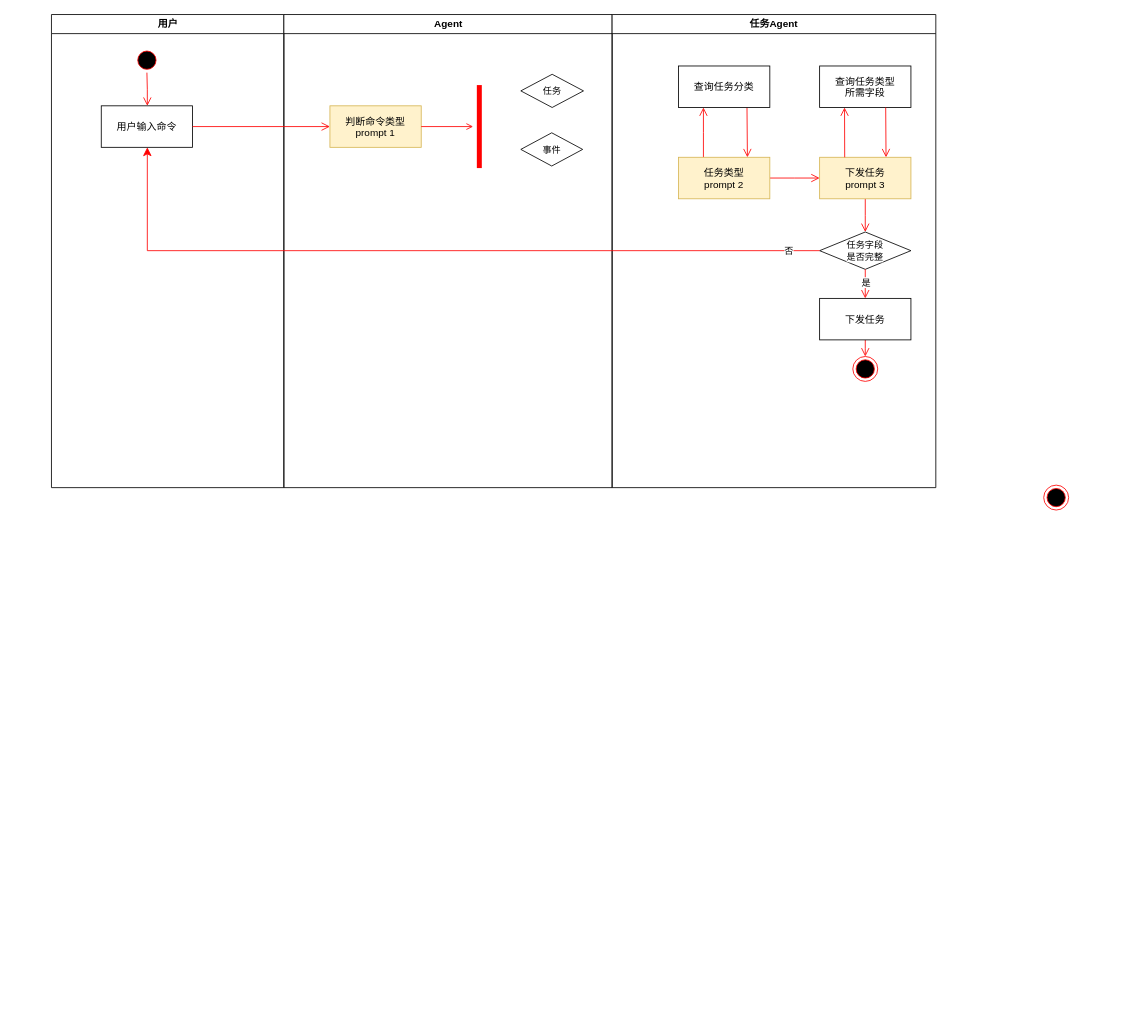
timeng27/draw_io keeps this draw.io diagram as drawfiles/未命名绘图.drawio. Above is the earlier version. Source tidied: cells renumbered, new cells numbered last; positions are measured from the earlier drawing's top-left corner, leaving out a move shared by most shapes. Both pictures are drawn from the tidied source at 83%, with x=0, y=0 at pixel (51, 14).
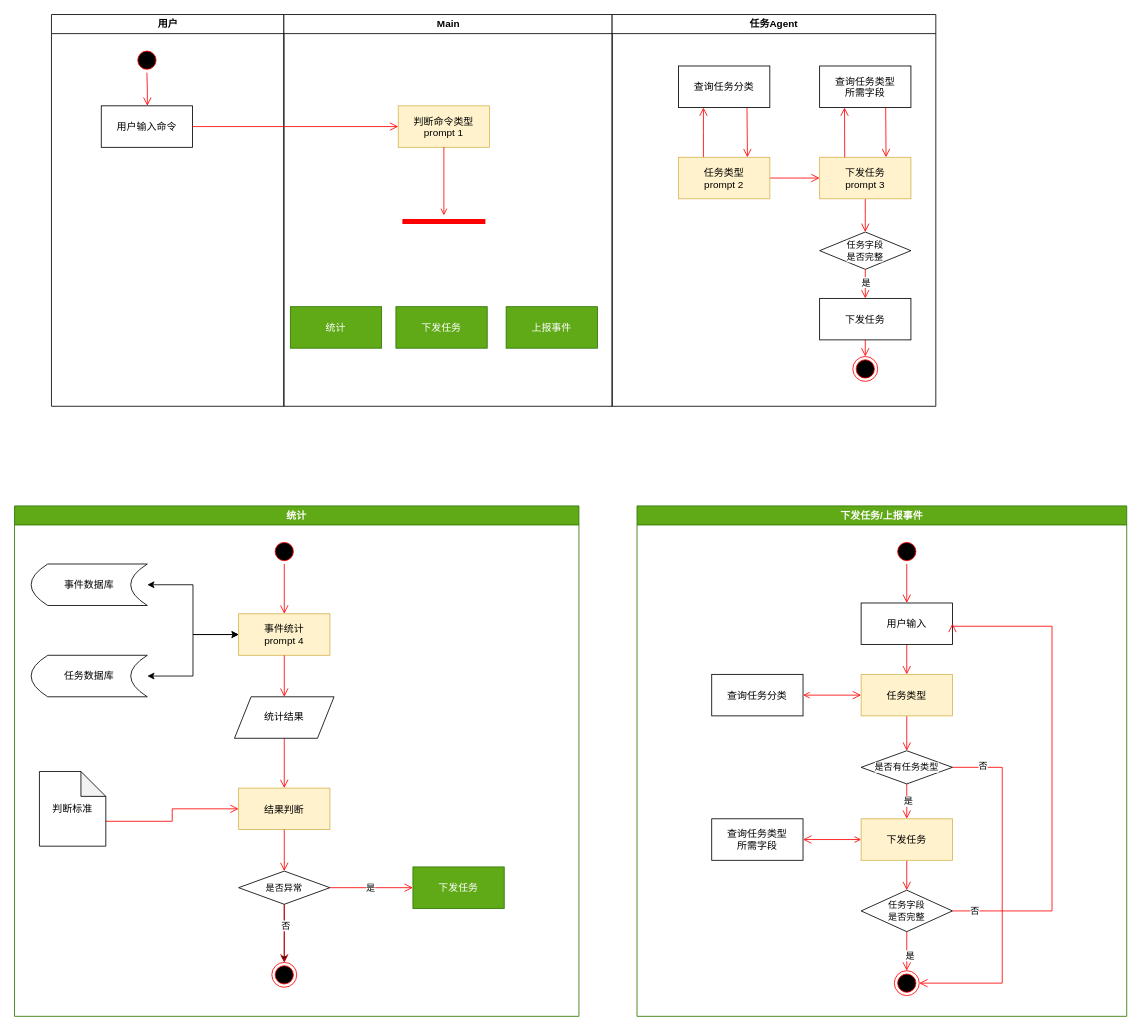
After the change.

Commit message:
更新未命名绘图.drawio

Unchanged cells that the change refers to:
```xml
<mxCell id="5" value="用户输入命令" parent="2" vertex="1">
  <mxGeometry x="60" y="110" width="110" height="50" as="geometry" />
</mxCell>
<mxCell id="20" value="任务字段&lt;br&gt;是否完整" style="rhombus;whiteSpace=wrap;html=1;fontFamily=Helvetica;fontSize=11;fontColor=default;labelBackgroundColor=default;" parent="12" vertex="1">
  <mxGeometry x="250" y="262" width="110" height="45" as="geometry" />
</mxCell>
```

Diff of the diagram source:
```diff
@@
     <mxCell id="2" value="用户" style="swimlane;whiteSpace=wrap;" parent="1" vertex="1">
-      <mxGeometry x="0.5" width="280" height="570" as="geometry" />
+      <mxGeometry x="0.5" width="280" height="472" as="geometry" />
     </mxCell>
@@
-    <mxCell id="6" value="Agent" style="swimlane;whiteSpace=wrap;" parent="1" vertex="1">
-      <mxGeometry x="280.5" width="395.5" height="570" as="geometry" />
+    <mxCell id="6" value="Main" style="swimlane;whiteSpace=wrap;" parent="1" vertex="1">
+      <mxGeometry x="280.5" width="395.5" height="472" as="geometry" />
     </mxCell>
     <mxCell id="7" value="判断命令类型&#10;prompt 1" style="fillColor=#fff2cc;strokeColor=#d6b656;" parent="6" vertex="1">
-      <mxGeometry x="55.5" y="110" width="110" height="50" as="geometry" />
+      <mxGeometry x="137.8" y="110" width="110" height="50" as="geometry" />
     </mxCell>
@@
-    <mxCell id="9" style="shape=line;strokeWidth=6;strokeColor=#ff0000;rotation=90;" parent="6" vertex="1">
-      <mxGeometry x="185.5" y="127.5" width="100" height="15" as="geometry" />
+    <mxCell id="9" style="shape=line;strokeWidth=6;strokeColor=#ff0000;rotation=-180;" parent="6" vertex="1">
+      <mxGeometry x="142.8" y="242" width="100" height="15" as="geometry" />
     </mxCell>
-    <mxCell id="10" value="任务" style="rhombus;whiteSpace=wrap;html=1;fontFamily=Helvetica;fontSize=11;fontColor=default;labelBackgroundColor=default;" parent="6" vertex="1">
-      <mxGeometry x="285.5" y="72" width="75.5" height="40" as="geometry" />
-    </mxCell>
-    <mxCell id="11" value="事件" style="rhombus;whiteSpace=wrap;html=1;fontFamily=Helvetica;fontSize=11;fontColor=default;labelBackgroundColor=default;" parent="6" vertex="1">
-      <mxGeometry x="285.5" y="142.5" width="74.5" height="40" as="geometry" />
-    </mxCell>
+    <mxCell id="33" value="统计" style="fillColor=#60a917;fontColor=#ffffff;strokeColor=#2D7600;" parent="6" vertex="1">
+      <mxGeometry x="7.8" y="352" width="110" height="50" as="geometry" />
+    </mxCell>
+    <mxCell id="34" value="下发任务" style="fillColor=#60a917;fontColor=#ffffff;strokeColor=#2D7600;" parent="6" vertex="1">
+      <mxGeometry x="135" y="352" width="110" height="50" as="geometry" />
+    </mxCell>
+    <mxCell id="35" value="上报事件" style="fillColor=#60a917;fontColor=#ffffff;strokeColor=#2D7600;" parent="6" vertex="1">
+      <mxGeometry x="267.8" y="352" width="110" height="50" as="geometry" />
+    </mxCell>
     <mxCell id="12" value="任务Agent" style="swimlane;whiteSpace=wrap;" parent="1" vertex="1">
-      <mxGeometry x="676" width="390" height="570" as="geometry" />
+      <mxGeometry x="676" width="390" height="472" as="geometry" />
     </mxCell>
@@
+    <mxCell id="30" style="edgeStyle=elbowEdgeStyle;rounded=0;jettySize=auto;html=1;exitX=1;exitY=0.5;exitDx=0;exitDy=0;entryX=0;entryY=0.5;entryDx=0;entryDy=0;strokeColor=#FF0000;align=center;verticalAlign=bottom;fontFamily=Helvetica;fontSize=11;fontColor=default;labelBackgroundColor=default;elbow=horizontal;endArrow=open;endFill=1;endSize=8;" parent="1" edge="1" source="5" target="7">
+      <mxGeometry relative="1" as="geometry" />
+    </mxCell>
+    <mxCell id="36" value="统计" style="swimlane;whiteSpace=wrap;html=1;fillColor=#60a917;fontColor=#ffffff;strokeColor=#2D7600;" parent="1" vertex="1">
+      <mxGeometry x="-44" y="592" width="680" height="615" as="geometry" />
+    </mxCell>
-    <mxCell id="29" style="ellipse;shape=endState;fillColor=#000000;strokeColor=#ff0000;" parent="1" vertex="1">
-      <mxGeometry x="1196" y="567" width="30" height="30" as="geometry" />
+    <mxCell id="29" style="ellipse;shape=endState;fillColor=#000000;strokeColor=#ff0000;" parent="36" vertex="1">
+      <mxGeometry x="310" y="550" width="30" height="30" as="geometry" />
     </mxCell>
-    <mxCell id="30" style="edgeStyle=elbowEdgeStyle;rounded=0;jettySize=auto;html=1;exitX=1;exitY=0.5;exitDx=0;exitDy=0;entryX=0;entryY=0.5;entryDx=0;entryDy=0;strokeColor=#FF0000;align=center;verticalAlign=bottom;fontFamily=Helvetica;fontSize=11;fontColor=default;labelBackgroundColor=default;elbow=horizontal;endArrow=open;endFill=1;endSize=8;" parent="1" edge="1" source="5" target="7">
-      <mxGeometry relative="1" as="geometry" />
-    </mxCell>
-    <mxCell id="31" style="endArrow=classic;html=1;rounded=0;strokeColor=#FF0000;align=center;verticalAlign=bottom;fontFamily=Helvetica;fontSize=11;fontColor=default;labelBackgroundColor=default;edgeStyle=elbowEdgeStyle;elbow=horizontal;endSize=8;exitX=0;exitY=0.5;exitDx=0;exitDy=0;entryX=0.5;entryY=1;entryDx=0;entryDy=0;" parent="1" edge="1" source="20" target="5">
-      <mxGeometry relative="1" as="geometry">
-        <Array as="points">
-          <mxPoint x="116" y="272" />
-        </Array>
-      </mxGeometry>
-    </mxCell>
-    <mxCell id="32" value="否" style="edgeLabel;html=1;align=center;verticalAlign=middle;fontFamily=Helvetica;fontSize=11;fontColor=default;labelBackgroundColor=default;" parent="31" vertex="1">
-      <mxGeometry x="-0.89" y="2" relative="1" as="geometry">
-        <mxPoint x="13" y="-2" as="offset" />
-      </mxGeometry>
-    </mxCell>
+    <mxCell id="37" value="事件统计&#10;prompt 4" style="fillColor=#fff2cc;strokeColor=#d6b656;" parent="36" vertex="1">
+      <mxGeometry x="270" y="130" width="110" height="50" as="geometry" />
+    </mxCell>
+    <mxCell id="38" style="edgeStyle=orthogonalEdgeStyle;rounded=0;jettySize=auto;html=1;entryX=0;entryY=0.5;entryDx=0;entryDy=0;startArrow=classic;startFill=1;" parent="36" edge="1" source="57" target="37">
+      <mxGeometry relative="1" as="geometry" />
+    </mxCell>
+    <mxCell id="39" style="edgeStyle=orthogonalEdgeStyle;rounded=0;jettySize=auto;html=1;exitX=0;exitY=0.5;exitDx=0;exitDy=0;entryX=1;entryY=0.5;entryDx=0;entryDy=0;startArrow=classic;startFill=1;" parent="36" edge="1" source="37" target="56">
+      <mxGeometry relative="1" as="geometry" />
+    </mxCell>
+    <mxCell id="40" value="结果判断" style="fillColor=#fff2cc;strokeColor=#d6b656;" parent="36" vertex="1">
+      <mxGeometry x="270" y="340" width="110" height="50" as="geometry" />
+    </mxCell>
+    <mxCell id="41" style="edgeStyle=orthogonalEdgeStyle;rounded=0;jettySize=auto;html=1;exitX=0.5;exitY=1;exitDx=0;exitDy=0;entryX=0.5;entryY=0;entryDx=0;entryDy=0;" parent="36" edge="1" source="44" target="29">
+      <mxGeometry relative="1" as="geometry" />
+    </mxCell>
+    <mxCell id="42" style="edgeStyle=orthogonalEdgeStyle;rounded=0;jettySize=auto;html=1;strokeColor=#FF0000;align=center;verticalAlign=bottom;fontFamily=Helvetica;fontSize=11;fontColor=default;labelBackgroundColor=default;elbow=horizontal;endArrow=open;endFill=1;endSize=8;" parent="36" edge="1" source="44" target="29">
+      <mxGeometry relative="1" as="geometry" />
+    </mxCell>
+    <mxCell id="43" value="否" style="edgeLabel;html=1;align=center;verticalAlign=middle;" parent="42" vertex="1">
+      <mxGeometry x="-0.29" y="1" relative="1" as="geometry" />
+    </mxCell>
+    <mxCell id="44" value="是否异常" style="rhombus;whiteSpace=wrap;html=1;fontFamily=Helvetica;fontSize=11;fontColor=default;labelBackgroundColor=default;" parent="36" vertex="1">
+      <mxGeometry x="270" y="440" width="110" height="40" as="geometry" />
+    </mxCell>
+    <mxCell id="45" style="edgeStyle=orthogonalEdgeStyle;rounded=0;jettySize=auto;html=1;exitX=0.5;exitY=1;exitDx=0;exitDy=0;entryX=0.5;entryY=0;entryDx=0;entryDy=0;strokeColor=#FF0000;align=center;verticalAlign=bottom;fontFamily=Helvetica;fontSize=11;fontColor=default;labelBackgroundColor=default;elbow=horizontal;endArrow=open;endFill=1;endSize=8;" parent="36" edge="1" source="40" target="44">
+      <mxGeometry relative="1" as="geometry" />
+    </mxCell>
+    <mxCell id="46" style="edgeStyle=orthogonalEdgeStyle;rounded=0;jettySize=auto;html=1;exitX=0.5;exitY=1;exitDx=0;exitDy=0;strokeColor=#FF0000;align=center;verticalAlign=bottom;fontFamily=Helvetica;fontSize=11;fontColor=default;labelBackgroundColor=default;elbow=horizontal;endArrow=open;endFill=1;endSize=8;" parent="36" edge="1" source="47" target="40">
+      <mxGeometry relative="1" as="geometry" />
+    </mxCell>
+    <mxCell id="47" value="统计结果" style="shape=parallelogram;perimeter=parallelogramPerimeter;whiteSpace=wrap;html=1;fixedSize=1;" parent="36" vertex="1">
+      <mxGeometry x="265" y="230" width="120" height="50" as="geometry" />
+    </mxCell>
+    <mxCell id="48" style="edgeStyle=orthogonalEdgeStyle;rounded=0;jettySize=auto;html=1;exitX=0.5;exitY=1;exitDx=0;exitDy=0;entryX=0.5;entryY=0;entryDx=0;entryDy=0;strokeColor=#FF0000;align=center;verticalAlign=bottom;fontFamily=Helvetica;fontSize=11;fontColor=default;labelBackgroundColor=default;elbow=horizontal;endArrow=open;endFill=1;endSize=8;" parent="36" edge="1" source="37" target="47">
+      <mxGeometry relative="1" as="geometry" />
+    </mxCell>
+    <mxCell id="49" style="edgeStyle=orthogonalEdgeStyle;rounded=0;jettySize=auto;html=1;exitX=0;exitY=0;exitDx=80;exitDy=60;exitPerimeter=0;strokeColor=#FF0000;align=center;verticalAlign=bottom;fontFamily=Helvetica;fontSize=11;fontColor=default;labelBackgroundColor=default;elbow=horizontal;endArrow=open;endFill=1;endSize=8;" parent="36" edge="1" source="50" target="40">
+      <mxGeometry relative="1" as="geometry" />
+    </mxCell>
+    <mxCell id="50" value="判断标准" style="shape=note;whiteSpace=wrap;html=1;backgroundOutline=1;darkOpacity=0.05;" parent="36" vertex="1">
+      <mxGeometry x="30" y="320" width="80" height="90" as="geometry" />
+    </mxCell>
+    <mxCell id="51" style="edgeStyle=orthogonalEdgeStyle;rounded=0;jettySize=auto;html=1;exitX=0.5;exitY=1;exitDx=0;exitDy=0;strokeColor=#FF0000;align=center;verticalAlign=bottom;fontFamily=Helvetica;fontSize=11;fontColor=default;labelBackgroundColor=default;elbow=horizontal;endArrow=open;endFill=1;endSize=8;" parent="36" edge="1" source="52" target="37">
+      <mxGeometry relative="1" as="geometry" />
+    </mxCell>
+    <mxCell id="52" style="ellipse;shape=startState;fillColor=#000000;strokeColor=#ff0000;" parent="36" vertex="1">
+      <mxGeometry x="310" y="40" width="30" height="30" as="geometry" />
+    </mxCell>
+    <mxCell id="53" value="下发任务" style="fillColor=#60a917;fontColor=#ffffff;strokeColor=#2D7600;" parent="36" vertex="1">
+      <mxGeometry x="480" y="435" width="110" height="50" as="geometry" />
+    </mxCell>
+    <mxCell id="54" style="edgeStyle=orthogonalEdgeStyle;rounded=0;jettySize=auto;html=1;exitX=1;exitY=0.5;exitDx=0;exitDy=0;strokeColor=#FF0000;align=center;verticalAlign=bottom;fontFamily=Helvetica;fontSize=11;fontColor=default;labelBackgroundColor=default;elbow=horizontal;endArrow=open;endFill=1;endSize=8;" parent="36" edge="1" source="44" target="53">
+      <mxGeometry relative="1" as="geometry" />
+    </mxCell>
+    <mxCell id="55" value="是" style="edgeLabel;html=1;align=center;verticalAlign=middle;" parent="54" vertex="1">
+      <mxGeometry x="-0.04" relative="1" as="geometry" />
+    </mxCell>
+    <mxCell id="56" value="事件数据库" style="shape=dataStorage;whiteSpace=wrap;html=1;fixedSize=1;" parent="36" vertex="1">
+      <mxGeometry x="20" y="70" width="140" height="50" as="geometry" />
+    </mxCell>
+    <mxCell id="57" value="任务数据库" style="shape=dataStorage;whiteSpace=wrap;html=1;fixedSize=1;" parent="36" vertex="1">
+      <mxGeometry x="20" y="180" width="140" height="50" as="geometry" />
+    </mxCell>
+    <mxCell id="58" value="下发任务/上报事件" style="swimlane;whiteSpace=wrap;html=1;fillColor=#60a917;fontColor=#ffffff;strokeColor=#2D7600;" parent="1" vertex="1">
+      <mxGeometry x="706" y="592" width="590" height="615" as="geometry" />
+    </mxCell>
+    <mxCell id="59" style="ellipse;shape=endState;fillColor=#000000;strokeColor=#ff0000;" parent="58" vertex="1">
+      <mxGeometry x="310" y="560" width="30" height="30" as="geometry" />
+    </mxCell>
+    <mxCell id="60" style="edgeStyle=orthogonalEdgeStyle;rounded=0;jettySize=auto;html=1;exitX=0.5;exitY=1;exitDx=0;exitDy=0;entryX=0.5;entryY=0;entryDx=0;entryDy=0;strokeColor=#FF0000;align=center;verticalAlign=bottom;fontFamily=Helvetica;fontSize=11;fontColor=default;labelBackgroundColor=default;elbow=horizontal;endArrow=open;endFill=1;endSize=8;" parent="58" edge="1" source="61" target="75">
+      <mxGeometry relative="1" as="geometry" />
+    </mxCell>
+    <mxCell id="61" value="任务类型" style="fillColor=#fff2cc;strokeColor=#d6b656;" parent="58" vertex="1">
+      <mxGeometry x="270" y="203" width="110" height="50" as="geometry" />
+    </mxCell>
+    <mxCell id="62" style="edgeStyle=orthogonalEdgeStyle;rounded=0;jettySize=auto;html=1;exitX=0.5;exitY=1;exitDx=0;exitDy=0;strokeColor=#FF0000;align=center;verticalAlign=bottom;fontFamily=Helvetica;fontSize=11;fontColor=default;labelBackgroundColor=default;elbow=horizontal;endArrow=open;endFill=1;endSize=8;entryX=0.5;entryY=0;entryDx=0;entryDy=0;" parent="58" edge="1" source="63" target="65">
+      <mxGeometry relative="1" as="geometry" />
+    </mxCell>
+    <mxCell id="63" style="ellipse;shape=startState;fillColor=#000000;strokeColor=#ff0000;" parent="58" vertex="1">
+      <mxGeometry x="310" y="40" width="30" height="30" as="geometry" />
+    </mxCell>
+    <mxCell id="64" style="edgeStyle=orthogonalEdgeStyle;rounded=0;jettySize=auto;html=1;exitX=0.5;exitY=1;exitDx=0;exitDy=0;entryX=0.5;entryY=0;entryDx=0;entryDy=0;strokeColor=#FF0000;align=center;verticalAlign=bottom;fontFamily=Helvetica;fontSize=11;fontColor=default;labelBackgroundColor=default;elbow=horizontal;endArrow=open;endFill=1;endSize=8;" parent="58" edge="1" source="65" target="61">
+      <mxGeometry relative="1" as="geometry" />
+    </mxCell>
+    <mxCell id="65" value="用户输入" style="rounded=0;whiteSpace=wrap;html=1;" parent="58" vertex="1">
+      <mxGeometry x="270" y="117" width="110" height="50" as="geometry" />
+    </mxCell>
+    <mxCell id="66" style="edgeStyle=orthogonalEdgeStyle;rounded=0;jettySize=auto;html=1;exitX=1;exitY=0.5;exitDx=0;exitDy=0;entryX=0;entryY=0.5;entryDx=0;entryDy=0;strokeColor=#FF0000;align=center;verticalAlign=bottom;fontFamily=Helvetica;fontSize=11;fontColor=default;labelBackgroundColor=default;elbow=horizontal;endArrow=open;endFill=1;endSize=8;startArrow=open;startFill=0;" parent="58" edge="1" source="67" target="61">
+      <mxGeometry relative="1" as="geometry" />
+    </mxCell>
+    <mxCell id="67" value="查询任务分类" parent="58" vertex="1">
+      <mxGeometry x="90" y="203" width="110" height="50" as="geometry" />
+    </mxCell>
+    <mxCell id="68" style="edgeStyle=orthogonalEdgeStyle;rounded=0;jettySize=auto;html=1;exitX=0.5;exitY=1;exitDx=0;exitDy=0;entryX=0.5;entryY=0;entryDx=0;entryDy=0;strokeColor=#FF0000;align=center;verticalAlign=bottom;fontFamily=Helvetica;fontSize=11;fontColor=default;labelBackgroundColor=default;elbow=horizontal;endArrow=open;endFill=1;endSize=8;" parent="58" edge="1" source="70" target="81">
+      <mxGeometry relative="1" as="geometry" />
+    </mxCell>
+    <mxCell id="69" style="edgeStyle=orthogonalEdgeStyle;rounded=0;jettySize=auto;html=1;exitX=0;exitY=0.5;exitDx=0;exitDy=0;entryX=1;entryY=0.5;entryDx=0;entryDy=0;strokeColor=#FF0000;align=center;verticalAlign=bottom;fontFamily=Helvetica;fontSize=11;fontColor=default;labelBackgroundColor=default;elbow=horizontal;endArrow=open;endFill=0;endSize=8;startArrow=open;startFill=0;" parent="58" edge="1" source="70" target="76">
+      <mxGeometry relative="1" as="geometry" />
+    </mxCell>
+    <mxCell id="70" value="下发任务" style="fillColor=#fff2cc;strokeColor=#d6b656;" parent="58" vertex="1">
+      <mxGeometry x="270" y="377" width="110" height="50" as="geometry" />
+    </mxCell>
+    <mxCell id="71" style="edgeStyle=orthogonalEdgeStyle;rounded=0;jettySize=auto;html=1;exitX=0.5;exitY=1;exitDx=0;exitDy=0;entryX=0.5;entryY=0;entryDx=0;entryDy=0;strokeColor=#FF0000;align=center;verticalAlign=bottom;fontFamily=Helvetica;fontSize=11;fontColor=default;labelBackgroundColor=default;elbow=horizontal;endArrow=open;endFill=1;endSize=8;" parent="58" edge="1" source="75" target="70">
+      <mxGeometry relative="1" as="geometry" />
+    </mxCell>
+    <mxCell id="72" value="是" style="edgeLabel;html=1;align=center;verticalAlign=middle;fontFamily=Helvetica;fontSize=11;fontColor=default;labelBackgroundColor=default;" parent="71" vertex="1">
+      <mxGeometry x="-0.05" y="1" relative="1" as="geometry" />
+    </mxCell>
+    <mxCell id="73" style="edgeStyle=orthogonalEdgeStyle;rounded=0;jettySize=auto;html=1;exitX=1;exitY=0.5;exitDx=0;exitDy=0;entryX=1;entryY=0.5;entryDx=0;entryDy=0;strokeColor=#FF0000;align=center;verticalAlign=bottom;fontFamily=Helvetica;fontSize=11;fontColor=default;labelBackgroundColor=default;elbow=horizontal;endArrow=open;endFill=1;endSize=8;" parent="58" edge="1" source="75" target="59">
+      <mxGeometry relative="1" as="geometry">
+        <Array as="points">
+          <mxPoint x="440" y="315" />
+          <mxPoint x="440" y="575" />
+        </Array>
+      </mxGeometry>
+    </mxCell>
+    <mxCell id="74" value="否" style="edgeLabel;html=1;align=center;verticalAlign=middle;fontFamily=Helvetica;fontSize=11;fontColor=default;labelBackgroundColor=default;" parent="73" vertex="1">
+      <mxGeometry x="-0.83" y="2" relative="1" as="geometry" />
+    </mxCell>
+    <mxCell id="75" value="是否有任务类型" style="rhombus;whiteSpace=wrap;html=1;fontFamily=Helvetica;fontSize=11;fontColor=default;labelBackgroundColor=default;" parent="58" vertex="1">
+      <mxGeometry x="270" y="295" width="110" height="40" as="geometry" />
+    </mxCell>
+    <mxCell id="76" value="查询任务类型&#10;所需字段" parent="58" vertex="1">
+      <mxGeometry x="90" y="377" width="110" height="50" as="geometry" />
+    </mxCell>
+    <mxCell id="77" style="edgeStyle=orthogonalEdgeStyle;rounded=0;jettySize=auto;html=1;exitX=0.5;exitY=1;exitDx=0;exitDy=0;entryX=0.5;entryY=0;entryDx=0;entryDy=0;strokeColor=#FF0000;align=center;verticalAlign=bottom;fontFamily=Helvetica;fontSize=11;fontColor=default;labelBackgroundColor=default;elbow=horizontal;endArrow=open;endFill=1;endSize=8;" parent="58" edge="1" source="81" target="59">
+      <mxGeometry relative="1" as="geometry" />
+    </mxCell>
+    <mxCell id="78" value="是" style="edgeLabel;html=1;align=center;verticalAlign=middle;fontFamily=Helvetica;fontSize=11;fontColor=default;labelBackgroundColor=default;" parent="77" vertex="1">
+      <mxGeometry x="0.2" y="3" relative="1" as="geometry" />
+    </mxCell>
+    <mxCell id="79" style="edgeStyle=orthogonalEdgeStyle;rounded=0;jettySize=auto;html=1;exitX=1;exitY=0.5;exitDx=0;exitDy=0;entryX=1;entryY=0.5;entryDx=0;entryDy=0;strokeColor=#FF0000;align=center;verticalAlign=bottom;fontFamily=Helvetica;fontSize=11;fontColor=default;labelBackgroundColor=default;elbow=horizontal;endArrow=open;endFill=1;endSize=8;" parent="58" edge="1" source="81" target="65">
+      <mxGeometry relative="1" as="geometry">
+        <Array as="points">
+          <mxPoint x="500" y="488" />
+          <mxPoint x="500" y="145" />
+          <mxPoint x="380" y="145" />
+        </Array>
+      </mxGeometry>
+    </mxCell>
+    <mxCell id="80" value="否" style="edgeLabel;html=1;align=center;verticalAlign=middle;fontFamily=Helvetica;fontSize=11;fontColor=default;labelBackgroundColor=default;" parent="79" vertex="1">
+      <mxGeometry x="-0.91" y="2" relative="1" as="geometry">
+        <mxPoint y="1" as="offset" />
+      </mxGeometry>
+    </mxCell>
+    <mxCell id="81" value="任务字段&lt;br&gt;是否完整" style="rhombus;whiteSpace=wrap;html=1;fontFamily=Helvetica;fontSize=11;fontColor=default;labelBackgroundColor=default;" parent="58" vertex="1">
+      <mxGeometry x="270" y="463" width="110" height="50" as="geometry" />
+    </mxCell>
```
